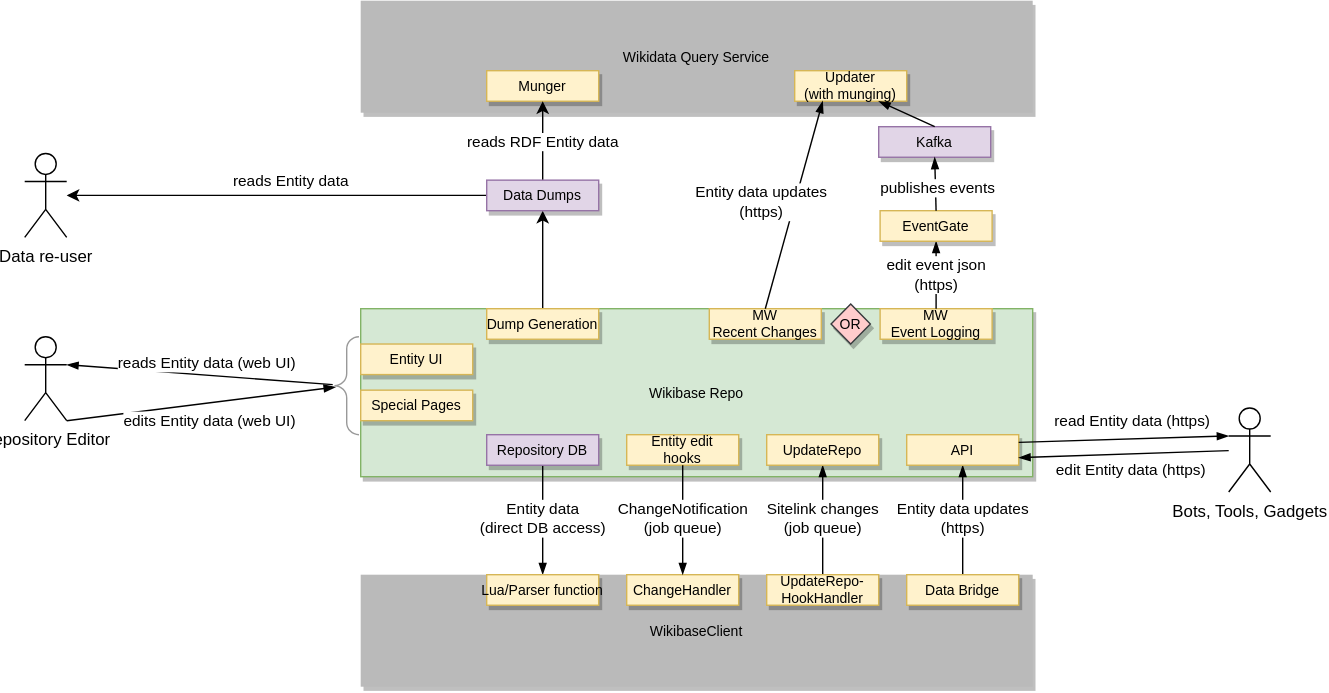
This is systems/WikibaseRepo/diagrams/03-technical-context.drawio.svg from wmde/wikidata-wikibase-architecture, a draw.io export, as it was before one commit. Source tidied: cells renumbered, new cells last; positions are measured from the earlier drawing's top-left corner, leaving out a move shared by most shapes.
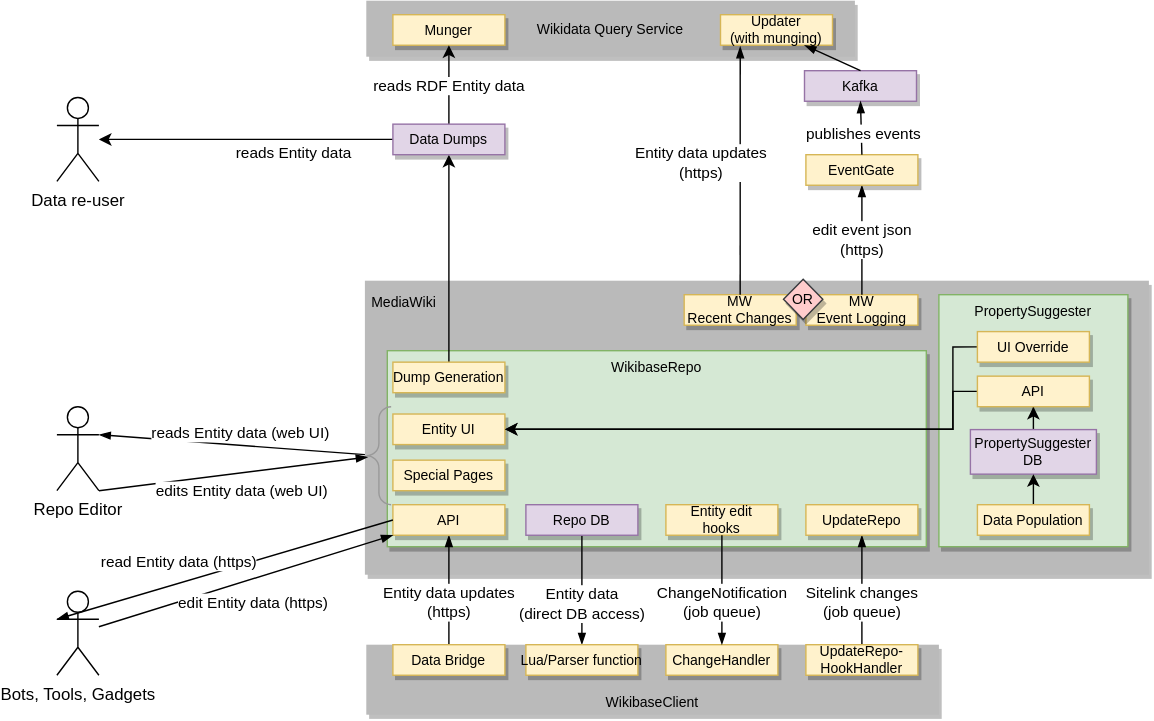
The same file after the commit.

Commit message:
Repo: Add PropertySuggester (current state)

Diff of the diagram source:
```diff
@@ -2,18 +2,21 @@
   <root>
     <mxCell id="0" />
     <mxCell id="1" parent="0" />
+    <mxCell id="55" value="MediaWiki" style="rounded=0;shadow=1;fontSize=10;fontColor=#000000;strokeColor=none;direction=west;fillColor=#BABABA;verticalAlign=top;align=left;spacing=5;" parent="1" vertex="1">
+      <mxGeometry x="220" y="150" width="560" height="210" as="geometry" />
+    </mxCell>
-    <mxCell id="2" value="Wikibase Repo" style="rounded=0;shadow=1;fontSize=10;strokeColor=#82b366;direction=west;fillColor=#d5e8d4;" parent="1" vertex="1">
-      <mxGeometry x="240" y="220" width="480" height="120" as="geometry" />
+    <mxCell id="2" value="WikibaseRepo" style="rounded=0;shadow=1;fontSize=10;strokeColor=#82b366;direction=west;fillColor=#d5e8d4;verticalAlign=top;" parent="1" vertex="1">
+      <mxGeometry x="236" y="200" width="385" height="140" as="geometry" />
     </mxCell>
-    <mxCell id="3" value="WikibaseClient" style="rounded=0;shadow=1;fontSize=10;strokeColor=none;direction=west;fillColor=#BABABA;" parent="1" vertex="1">
-      <mxGeometry x="240" y="410" width="480" height="80" as="geometry" />
+    <mxCell id="3" value="WikibaseClient" style="rounded=0;shadow=1;fontSize=10;strokeColor=none;direction=west;fillColor=#BABABA;verticalAlign=bottom;" parent="1" vertex="1">
+      <mxGeometry x="221" y="410" width="409" height="50" as="geometry" />
     </mxCell>
     <mxCell id="4" style="rounded=0;jettySize=auto;html=1;endArrow=blockThin;endFill=1;exitX=0.5;exitY=0;exitDx=0;exitDy=0;" parent="1" edge="1" source="14" target="15">
       <mxGeometry relative="1" as="geometry" />
     </mxCell>
     <mxCell id="5" value="Sitelink changes&lt;br&gt;(job queue)" style="edgeLabel;html=1;align=center;verticalAlign=middle;" parent="4" vertex="1">
       <mxGeometry x="0.2" relative="1" as="geometry">
-        <mxPoint y="-1.8" as="offset" />
+        <mxPoint y="8" as="offset" />
       </mxGeometry>
     </mxCell>
     <mxCell id="6" style="rounded=0;jettySize=auto;html=1;entryX=0.5;entryY=0.542;entryDx=0;entryDy=0;endArrow=none;endFill=0;startArrow=blockThin;startFill=1;strokeWidth=1;entryPerimeter=0;exitX=0.5;exitY=1;exitDx=0;exitDy=0;" parent="1" edge="1" source="12" target="13">
@@ -21,7 +24,7 @@
     </mxCell>
     <mxCell id="7" value="Entity data&lt;br&gt;(direct DB access)" style="edgeLabel;html=1;align=center;verticalAlign=middle;" parent="6" vertex="1">
       <mxGeometry x="0.14" y="-1" relative="1" as="geometry">
-        <mxPoint x="-1" y="11.7" as="offset" />
+        <mxPoint x="-1" y="22" as="offset" />
       </mxGeometry>
     </mxCell>
     <mxCell id="8" style="rounded=0;jettySize=auto;html=1;endArrow=blockThin;endFill=1;entryX=0.5;entryY=0;entryDx=0;entryDy=0;exitX=0.5;exitY=0;exitDx=0;exitDy=0;" parent="1" edge="1" source="10" target="11">
@@ -29,45 +32,45 @@
     </mxCell>
     <mxCell id="9" value="Entity data updates&lt;br&gt;(https)" style="edgeLabel;html=1;align=center;verticalAlign=middle;" parent="8" vertex="1">
       <mxGeometry x="0.2" relative="1" as="geometry">
-        <mxPoint y="-1.8" as="offset" />
+        <mxPoint y="8" as="offset" />
       </mxGeometry>
     </mxCell>
     <mxCell id="10" value="Data Bridge" style="rounded=0;shadow=1;fontSize=10;strokeColor=#d6b656;direction=west;fillColor=#fff2cc;" parent="1" vertex="1">
-      <mxGeometry x="630" y="410" width="80" height="21.8" as="geometry" />
+      <mxGeometry x="240" y="410" width="80" height="21.8" as="geometry" />
     </mxCell>
     <mxCell id="11" value="API" style="rounded=0;shadow=1;fontSize=10;strokeColor=#d6b656;direction=west;fillColor=#fff2cc;" parent="1" vertex="1">
-      <mxGeometry x="630" y="310" width="80" height="21.8" as="geometry" />
+      <mxGeometry x="240" y="310" width="80" height="21.8" as="geometry" />
     </mxCell>
     <mxCell id="12" value="Lua/Parser function" style="rounded=0;shadow=1;fontSize=10;strokeColor=#d6b656;direction=west;fillColor=#fff2cc;" parent="1" vertex="1">
-      <mxGeometry x="330" y="410" width="80" height="21.8" as="geometry" />
+      <mxGeometry x="335" y="410" width="80" height="21.8" as="geometry" />
     </mxCell>
     <mxCell id="13" value="Repo DB" style="rounded=0;shadow=1;fontSize=10;strokeColor=#9673a6;direction=west;fillColor=#e1d5e7;" parent="1" vertex="1">
-      <mxGeometry x="330" y="310" width="80" height="21.8" as="geometry" />
+      <mxGeometry x="335" y="310" width="80" height="21.8" as="geometry" />
     </mxCell>
     <mxCell id="14" value="UpdateRepo-&#10;HookHandler" style="rounded=0;shadow=1;fontSize=10;strokeColor=#d6b656;direction=west;fillColor=#fff2cc;" parent="1" vertex="1">
-      <mxGeometry x="530" y="410" width="80" height="21.8" as="geometry" />
+      <mxGeometry x="535" y="410" width="80" height="21.8" as="geometry" />
     </mxCell>
     <mxCell id="15" value="UpdateRepo" style="rounded=0;shadow=1;fontSize=10;strokeColor=#d6b656;direction=west;fillColor=#fff2cc;" parent="1" vertex="1">
-      <mxGeometry x="530" y="310" width="80" height="21.8" as="geometry" />
+      <mxGeometry x="535" y="310" width="80" height="21.8" as="geometry" />
     </mxCell>
     <mxCell id="16" value="ChangeHandler" style="rounded=0;shadow=1;fontSize=10;strokeColor=#d6b656;direction=west;fillColor=#fff2cc;" parent="1" vertex="1">
-      <mxGeometry x="430" y="410" width="80" height="21.8" as="geometry" />
+      <mxGeometry x="435" y="410" width="80" height="21.8" as="geometry" />
     </mxCell>
     <mxCell id="17" value="Entity edit&#10;hooks" style="rounded=0;shadow=1;fontSize=10;strokeColor=#d6b656;direction=west;fillColor=#fff2cc;" parent="1" vertex="1">
-      <mxGeometry x="430" y="310" width="80" height="21.8" as="geometry" />
+      <mxGeometry x="435" y="310" width="80" height="21.8" as="geometry" />
     </mxCell>
     <mxCell id="18" style="rounded=0;jettySize=auto;html=1;endArrow=blockThin;endFill=1;exitX=0.5;exitY=0;exitDx=0;exitDy=0;entryX=0.5;entryY=1;entryDx=0;entryDy=0;" parent="1" edge="1" source="17" target="16">
       <mxGeometry relative="1" as="geometry" />
     </mxCell>
     <mxCell id="19" value="ChangeNotification&lt;br&gt;(job queue)" style="edgeLabel;html=1;align=center;verticalAlign=middle;" parent="18" vertex="1">
       <mxGeometry x="0.2" relative="1" as="geometry">
-        <mxPoint y="-8.7" as="offset" />
+        <mxPoint y="1" as="offset" />
       </mxGeometry>
     </mxCell>
     <mxCell id="20" value="Bots, Tools, Gadgets" style="shape=umlActor;verticalLabelPosition=bottom;verticalAlign=top;html=1;outlineConnect=0;" parent="1" vertex="1">
-      <mxGeometry x="860" y="290.9" width="30" height="60" as="geometry" />
+      <mxGeometry y="371.8" width="30" height="60" as="geometry" />
     </mxCell>
-    <mxCell id="21" style="rounded=0;jettySize=auto;html=1;endArrow=blockThin;endFill=1;entryX=0;entryY=0.3333333333333333;entryDx=0;entryDy=0;exitX=0;exitY=0.75;exitDx=0;exitDy=0;entryPerimeter=0;" parent="1" edge="1" source="11" target="20">
+    <mxCell id="21" style="rounded=0;jettySize=auto;html=1;endArrow=blockThin;endFill=1;entryX=0;entryY=0.3333333333333333;entryDx=0;entryDy=0;exitX=1;exitY=0.5;exitDx=0;exitDy=0;entryPerimeter=0;" parent="1" edge="1" source="11" target="20">
       <mxGeometry relative="1" as="geometry" />
     </mxCell>
     <mxCell id="22" value="read Entity data (https)" style="edgeLabel;html=1;align=center;verticalAlign=middle;" parent="21" vertex="1">
@@ -75,12 +78,12 @@
         <mxPoint x="-10" y="-12.7" as="offset" />
       </mxGeometry>
     </mxCell>
-    <mxCell id="23" style="rounded=0;jettySize=auto;html=1;endArrow=blockThin;endFill=1;entryX=0;entryY=0.25;entryDx=0;entryDy=0;" parent="1" edge="1" source="20" target="11">
+    <mxCell id="23" style="rounded=0;jettySize=auto;html=1;endArrow=blockThin;endFill=1;entryX=1;entryY=0;entryDx=0;entryDy=0;" parent="1" edge="1" source="20" target="11">
       <mxGeometry relative="1" as="geometry" />
     </mxCell>
     <mxCell id="24" value="edit Entity data (https)" style="edgeLabel;html=1;align=center;verticalAlign=middle;" parent="23" vertex="1">
       <mxGeometry x="0.2" relative="1" as="geometry">
-        <mxPoint x="19.9" y="10.4" as="offset" />
+        <mxPoint x="-16" y="22" as="offset" />
       </mxGeometry>
     </mxCell>
     <mxCell id="25" value="Entity UI" style="rounded=0;shadow=1;fontSize=10;strokeColor=#d6b656;direction=west;fillColor=#fff2cc;" parent="1" vertex="1">
@@ -106,24 +109,24 @@
       </mxGeometry>
     </mxCell>
     <mxCell id="31" value="Wikidata Query Service" style="rounded=0;shadow=1;fontSize=10;fontColor=#000000;strokeColor=none;direction=west;fillColor=#BABABA;" parent="1" vertex="1">
-      <mxGeometry x="240" width="480" height="80" as="geometry" />
+      <mxGeometry x="221" y="-50" width="349" height="40" as="geometry" />
     </mxCell>
     <mxCell id="32" style="edgeStyle=orthogonalEdgeStyle;rounded=0;jettySize=auto;html=1;entryX=0.5;entryY=0;entryDx=0;entryDy=0;" parent="1" edge="1" source="33" target="51">
       <mxGeometry relative="1" as="geometry" />
     </mxCell>
     <mxCell id="33" value="Dump Generation" style="rounded=0;shadow=1;fontSize=10;strokeColor=#d6b656;direction=west;fillColor=#fff2cc;" parent="1" vertex="1">
-      <mxGeometry x="330" y="220" width="80" height="21.8" as="geometry" />
+      <mxGeometry x="240" y="208.2" width="80" height="21.8" as="geometry" />
     </mxCell>
     <mxCell id="34" value="Munger" style="rounded=0;shadow=1;fontSize=10;strokeColor=#d6b656;direction=west;fillColor=#fff2cc;" parent="1" vertex="1">
-      <mxGeometry x="330" y="50" width="80" height="21.8" as="geometry" />
+      <mxGeometry x="240" y="-40" width="80" height="21.8" as="geometry" />
     </mxCell>
     <mxCell id="35" value="Updater&#10;(with munging)" style="rounded=0;shadow=1;fontSize=10;strokeColor=#d6b656;direction=west;fillColor=#fff2cc;" parent="1" vertex="1">
-      <mxGeometry x="550" y="50" width="80" height="21.8" as="geometry" />
+      <mxGeometry x="474" y="-40" width="80" height="21.8" as="geometry" />
     </mxCell>
     <mxCell id="36" value="MW&#10;Recent Changes" style="rounded=0;shadow=1;fontSize=10;strokeColor=#d6b656;direction=west;fillColor=#fff2cc;" parent="1" vertex="1">
-      <mxGeometry x="489" y="220" width="80" height="21.8" as="geometry" />
+      <mxGeometry x="448" y="160" width="80" height="21.8" as="geometry" />
     </mxCell>
-    <mxCell id="37" style="rounded=0;jettySize=auto;html=1;endArrow=blockThin;endFill=1;entryX=0.75;entryY=0;entryDx=0;entryDy=0;exitX=0.5;exitY=1;exitDx=0;exitDy=0;" parent="1" edge="1" source="36" target="35">
+    <mxCell id="37" style="rounded=0;jettySize=auto;html=1;endArrow=blockThin;endFill=1;exitX=0.5;exitY=1;exitDx=0;exitDy=0;entryX=0.824;entryY=-0.04;entryDx=0;entryDy=0;entryPerimeter=0;" parent="1" edge="1" source="36" target="35">
       <mxGeometry relative="1" as="geometry" />
     </mxCell>
     <mxCell id="38" value="Entity data updates&lt;br&gt;(https)" style="edgeLabel;html=1;align=center;verticalAlign=middle;" parent="37" vertex="1">
@@ -132,19 +135,19 @@
       </mxGeometry>
     </mxCell>
     <mxCell id="39" value="MW&#10;Event Logging" style="rounded=0;shadow=1;fontSize=10;strokeColor=#d6b656;direction=west;fillColor=#fff2cc;" parent="1" vertex="1">
-      <mxGeometry x="611" y="220" width="80" height="21.8" as="geometry" />
+      <mxGeometry x="535" y="160" width="80" height="21.8" as="geometry" />
     </mxCell>
     <mxCell id="40" value="edit event json&lt;br&gt;(https)" style="rounded=0;jettySize=auto;html=1;endArrow=blockThin;endFill=1;entryX=0.5;entryY=0;entryDx=0;entryDy=0;exitX=0.5;exitY=1;exitDx=0;exitDy=0;" parent="1" edge="1" source="39" target="43">
       <mxGeometry relative="1" as="geometry" />
     </mxCell>
     <mxCell id="41" value="OR" style="rhombus;whiteSpace=wrap;html=1;fillColor=#ffcccc;rounded=0;shadow=1;fontSize=10;strokeColor=#36393d;" parent="1" vertex="1">
-      <mxGeometry x="576" y="216.6" width="28.1" height="28.6" as="geometry" />
+      <mxGeometry x="519" y="149" width="28.1" height="28.6" as="geometry" />
     </mxCell>
     <mxCell id="42" value="Kafka" style="rounded=0;shadow=1;fontSize=10;strokeColor=#9673a6;direction=west;fillColor=#e1d5e7;" parent="1" vertex="1">
-      <mxGeometry x="610" y="90" width="80" height="21.8" as="geometry" />
+      <mxGeometry x="534" width="80" height="21.8" as="geometry" />
     </mxCell>
     <mxCell id="43" value="EventGate" style="rounded=0;shadow=1;fontSize=10;strokeColor=#d6b656;direction=west;fillColor=#fff2cc;" parent="1" vertex="1">
-      <mxGeometry x="611" y="150" width="80" height="21.8" as="geometry" />
+      <mxGeometry x="535" y="60" width="80" height="21.8" as="geometry" />
     </mxCell>
     <mxCell id="44" style="rounded=0;jettySize=auto;html=1;endArrow=blockThin;endFill=1;entryX=0.5;entryY=0;entryDx=0;entryDy=0;exitX=0.5;exitY=1;exitDx=0;exitDy=0;" parent="1" edge="1" source="43" target="42">
       <mxGeometry relative="1" as="geometry" />
@@ -168,16 +171,53 @@
       <mxGeometry relative="1" as="geometry" />
     </mxCell>
     <mxCell id="51" value="Data Dumps" style="rounded=0;shadow=1;fontSize=10;strokeColor=#9673a6;direction=west;fillColor=#e1d5e7;" parent="1" vertex="1">
-      <mxGeometry x="330" y="128.2" width="80" height="21.8" as="geometry" />
+      <mxGeometry x="240" y="38.2" width="80" height="21.8" as="geometry" />
     </mxCell>
     <mxCell id="52" value="Data re-user" style="shape=umlActor;verticalLabelPosition=bottom;verticalAlign=top;html=1;outlineConnect=0;" parent="1" vertex="1">
-      <mxGeometry y="109.1" width="30" height="60" as="geometry" />
+      <mxGeometry y="19.1" width="30" height="60" as="geometry" />
     </mxCell>
     <mxCell id="53" value="reads Entity data" style="edgeLabel;html=1;align=center;verticalAlign=middle;" parent="1" vertex="1">
-      <mxGeometry x="190" y="128.2" as="geometry" />
+      <mxGeometry x="169" y="58.2" as="geometry" />
     </mxCell>
     <mxCell id="54" value="reads RDF Entity data" style="edgeLabel;html=1;align=center;verticalAlign=middle;" parent="1" vertex="1">
-      <mxGeometry x="370" y="100.9" as="geometry" />
+      <mxGeometry x="280" y="10.9" as="geometry" />
     </mxCell>
+    <mxCell id="56" value="PropertySuggester" style="rounded=0;shadow=1;fontSize=10;strokeColor=#82b366;direction=west;fillColor=#d5e8d4;verticalAlign=top;" parent="1" vertex="1">
+      <mxGeometry x="630" y="160" width="135" height="180" as="geometry" />
+    </mxCell>
+    <mxCell id="57" style="edgeStyle=orthogonalEdgeStyle;rounded=0;jettySize=auto;html=1;entryX=0.5;entryY=0;entryDx=0;entryDy=0;" parent="1" edge="1" source="58" target="60">
+      <mxGeometry relative="1" as="geometry" />
+    </mxCell>
+    <mxCell id="58" value="PropertySuggester&#10;DB" style="rounded=0;shadow=1;fontSize=10;strokeColor=#9673a6;direction=west;fillColor=#e1d5e7;" parent="1" vertex="1">
+      <mxGeometry x="652.5" y="256.4" width="90" height="31.8" as="geometry" />
+    </mxCell>
+    <mxCell id="59" style="edgeStyle=orthogonalEdgeStyle;rounded=0;jettySize=auto;html=1;entryX=0;entryY=0.5;entryDx=0;entryDy=0;" parent="1" edge="1" source="60" target="25">
+      <mxGeometry relative="1" as="geometry">
+        <Array as="points">
+          <mxPoint x="640" y="229" />
+          <mxPoint x="640" y="256" />
+        </Array>
+      </mxGeometry>
+    </mxCell>
+    <mxCell id="60" value="API" style="rounded=0;shadow=1;fontSize=10;strokeColor=#d6b656;direction=west;fillColor=#fff2cc;" parent="1" vertex="1">
+      <mxGeometry x="657.5" y="218.2" width="80" height="21.8" as="geometry" />
+    </mxCell>
+    <mxCell id="61" style="edgeStyle=orthogonalEdgeStyle;rounded=0;jettySize=auto;html=1;entryX=0;entryY=0.5;entryDx=0;entryDy=0;exitX=1;exitY=0.5;exitDx=0;exitDy=0;" parent="1" edge="1" source="62" target="25">
+      <mxGeometry relative="1" as="geometry">
+        <Array as="points">
+          <mxPoint x="640" y="197" />
+          <mxPoint x="640" y="256" />
+        </Array>
+      </mxGeometry>
+    </mxCell>
+    <mxCell id="62" value="UI Override" style="rounded=0;shadow=1;fontSize=10;strokeColor=#d6b656;direction=west;fillColor=#fff2cc;" parent="1" vertex="1">
+      <mxGeometry x="657.5" y="186.4" width="80" height="21.8" as="geometry" />
+    </mxCell>
+    <mxCell id="63" style="edgeStyle=orthogonalEdgeStyle;rounded=0;jettySize=auto;html=1;entryX=0.5;entryY=0;entryDx=0;entryDy=0;" parent="1" edge="1" source="64" target="58">
+      <mxGeometry relative="1" as="geometry" />
+    </mxCell>
+    <mxCell id="64" value="Data Population" style="rounded=0;shadow=1;fontSize=10;strokeColor=#d6b656;direction=west;fillColor=#fff2cc;" parent="1" vertex="1">
+      <mxGeometry x="657.5" y="310" width="80" height="21.8" as="geometry" />
+    </mxCell>
   </root>
 </mxGraphModel>
```
